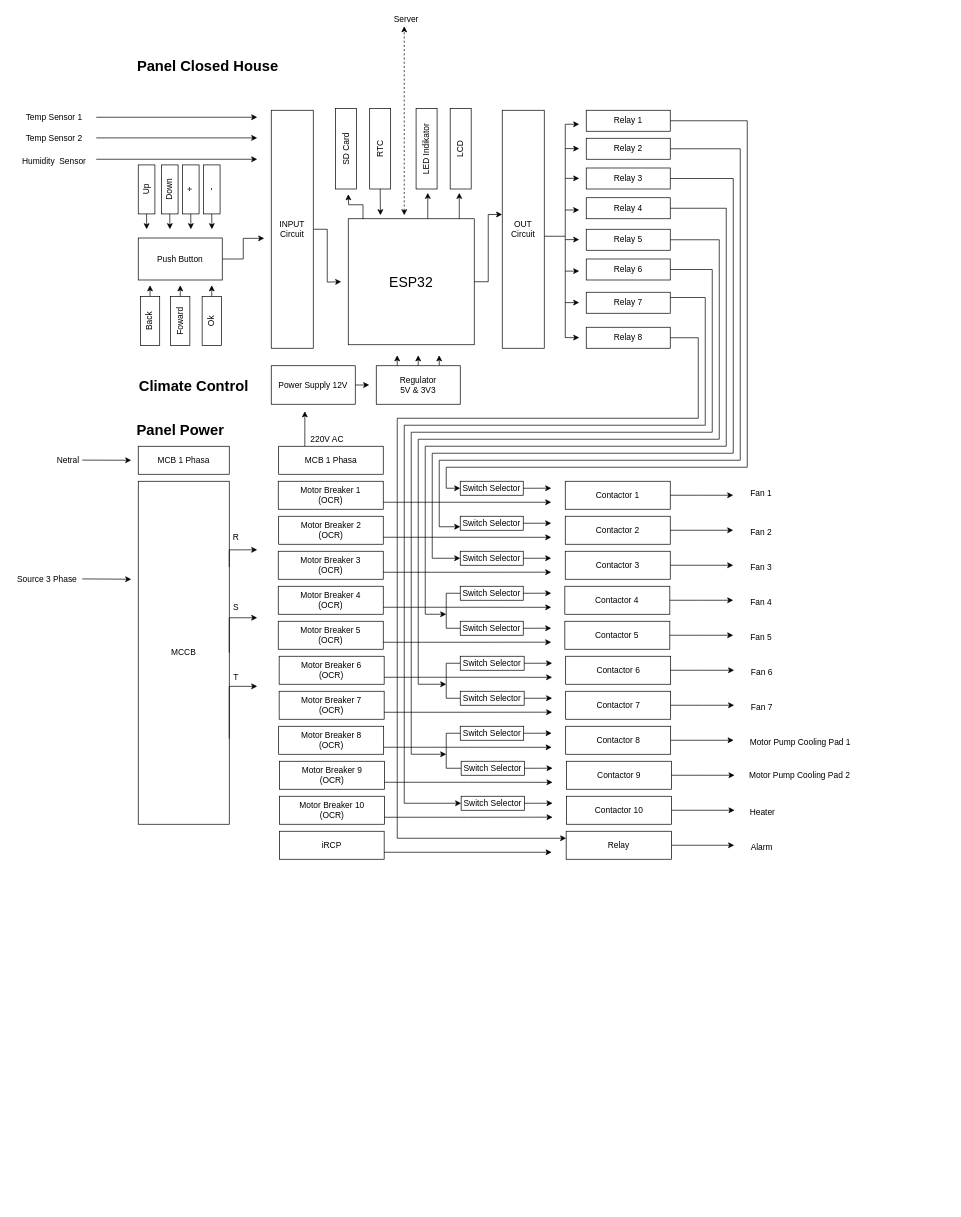
Earlier version of the draw.io diagram Block diagram R01.drawio (aufarachman39/Flowchart-PA). Source tidied: cells renumbered, new cells numbered last; positions are measured from the earlier drawing's top-left corner, leaving out a move shared by most shapes. Both pictures are drawn from the tidied source at 70%, with x=0, y=0 at pixel (12, 12).
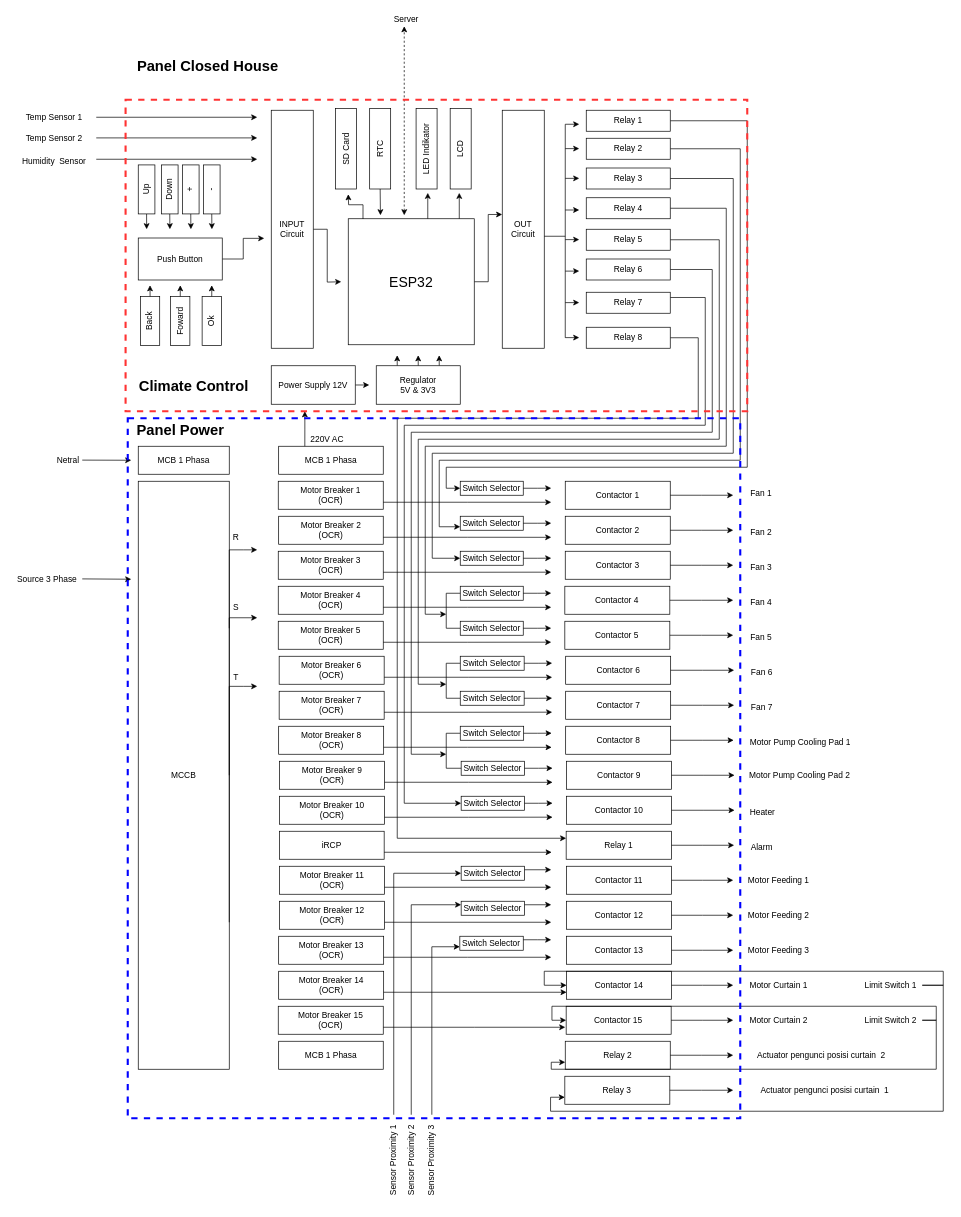
Above is the later version.

What changed in the source:
```diff
@@
     <mxCell id="63" value="MCCB" style="rounded=0;whiteSpace=wrap;html=1;strokeWidth=1;fillColor=none;" parent="1" vertex="1">
-      <mxGeometry x="180" y="670" width="130" height="490" as="geometry" />
+      <mxGeometry x="180" y="670" width="130" height="840" as="geometry" />
     </mxCell>
@@
-    <mxCell id="85" value="Relay" style="rounded=0;whiteSpace=wrap;html=1;strokeWidth=1;fillColor=none;" parent="1" vertex="1">
+    <mxCell id="85" value="Relay 1" style="rounded=0;whiteSpace=wrap;html=1;strokeWidth=1;fillColor=none;" parent="1" vertex="1">
       <mxGeometry x="791.3" y="1170" width="150.6" height="40" as="geometry" />
     </mxCell>
@@
+    <mxCell id="168" style="edgeStyle=orthogonalEdgeStyle;rounded=0;jettySize=auto;html=1;exitX=1;exitY=0.75;exitDx=0;exitDy=0;endArrow=classic;endFill=1;" parent="1" edge="1" source="169">
+      <mxGeometry relative="1" as="geometry">
+        <mxPoint x="770" y="1250" as="targetPoint" />
+      </mxGeometry>
+    </mxCell>
+    <mxCell id="169" value="&lt;div&gt;Motor Breaker 11&lt;br&gt;&lt;/div&gt;&lt;div&gt;(OCR)&lt;br&gt;&lt;/div&gt;" style="rounded=0;whiteSpace=wrap;html=1;strokeWidth=1;fillColor=none;" parent="1" vertex="1">
+      <mxGeometry x="381.9" y="1220" width="150" height="40" as="geometry" />
+    </mxCell>
+    <mxCell id="170" style="edgeStyle=orthogonalEdgeStyle;rounded=0;jettySize=auto;html=1;exitX=1;exitY=0.75;exitDx=0;exitDy=0;endArrow=classic;endFill=1;" parent="1" edge="1" source="171">
+      <mxGeometry relative="1" as="geometry">
+        <mxPoint x="770" y="1300" as="targetPoint" />
+      </mxGeometry>
+    </mxCell>
+    <mxCell id="171" value="&lt;div&gt;Motor Breaker 12&lt;br&gt;&lt;/div&gt;&lt;div&gt;(OCR)&lt;br&gt;&lt;/div&gt;" style="rounded=0;whiteSpace=wrap;html=1;strokeWidth=1;fillColor=none;" parent="1" vertex="1">
+      <mxGeometry x="381.9" y="1270" width="150" height="40" as="geometry" />
+    </mxCell>
+    <mxCell id="172" style="edgeStyle=orthogonalEdgeStyle;rounded=0;jettySize=auto;html=1;exitX=1;exitY=0.75;exitDx=0;exitDy=0;endArrow=classic;endFill=1;" parent="1" edge="1" source="173">
+      <mxGeometry relative="1" as="geometry">
+        <mxPoint x="770" y="1350" as="targetPoint" />
+      </mxGeometry>
+    </mxCell>
+    <mxCell id="173" value="&lt;div&gt;Motor Breaker 13&lt;br&gt;&lt;/div&gt;&lt;div&gt;(OCR)&lt;br&gt;&lt;/div&gt;" style="rounded=0;whiteSpace=wrap;html=1;strokeWidth=1;fillColor=none;" parent="1" vertex="1">
+      <mxGeometry x="380.6" y="1320" width="150" height="40" as="geometry" />
+    </mxCell>
+    <mxCell id="174" style="edgeStyle=orthogonalEdgeStyle;rounded=0;jettySize=auto;html=1;exitX=1;exitY=0.25;exitDx=0;exitDy=0;endArrow=classic;endFill=1;" parent="1" edge="1" source="175">
+      <mxGeometry relative="1" as="geometry">
+        <mxPoint x="770" y="1225" as="targetPoint" />
+      </mxGeometry>
+    </mxCell>
+    <mxCell id="175" value="Switch Selector" style="rounded=0;whiteSpace=wrap;html=1;fillColor=none;" parent="1" vertex="1">
+      <mxGeometry x="641.3" y="1220" width="90.6" height="20" as="geometry" />
+    </mxCell>
+    <mxCell id="176" style="edgeStyle=orthogonalEdgeStyle;rounded=0;jettySize=auto;html=1;exitX=1;exitY=0.25;exitDx=0;exitDy=0;endArrow=classic;endFill=1;" parent="1" edge="1" source="177">
+      <mxGeometry relative="1" as="geometry">
+        <mxPoint x="770" y="1274.8" as="targetPoint" />
+      </mxGeometry>
+    </mxCell>
+    <mxCell id="177" value="Switch Selector" style="rounded=0;whiteSpace=wrap;html=1;fillColor=none;" parent="1" vertex="1">
+      <mxGeometry x="641.3" y="1270" width="90.6" height="20" as="geometry" />
+    </mxCell>
+    <mxCell id="178" style="edgeStyle=orthogonalEdgeStyle;rounded=0;jettySize=auto;html=1;exitX=1;exitY=0.25;exitDx=0;exitDy=0;endArrow=classic;endFill=1;" parent="1" edge="1" source="179">
+      <mxGeometry relative="1" as="geometry">
+        <mxPoint x="770" y="1325.1" as="targetPoint" />
+      </mxGeometry>
+    </mxCell>
+    <mxCell id="179" value="Switch Selector" style="rounded=0;whiteSpace=wrap;html=1;fillColor=none;" parent="1" vertex="1">
+      <mxGeometry x="639.4" y="1320" width="90.6" height="20" as="geometry" />
+    </mxCell>
+    <mxCell id="180" style="edgeStyle=orthogonalEdgeStyle;rounded=0;jettySize=auto;html=1;exitX=1;exitY=0.5;exitDx=0;exitDy=0;endArrow=classic;endFill=1;" parent="1" edge="1" source="181">
+      <mxGeometry relative="1" as="geometry">
+        <mxPoint x="1030" y="1240" as="targetPoint" />
+      </mxGeometry>
+    </mxCell>
+    <mxCell id="181" value="&lt;div&gt;Contactor 11&lt;/div&gt;" style="rounded=0;whiteSpace=wrap;html=1;strokeWidth=1;fillColor=none;" parent="1" vertex="1">
+      <mxGeometry x="791.9" y="1220" width="150" height="40" as="geometry" />
+    </mxCell>
+    <mxCell id="182" style="edgeStyle=orthogonalEdgeStyle;rounded=0;jettySize=auto;html=1;exitX=1;exitY=0.5;exitDx=0;exitDy=0;endArrow=classic;endFill=1;" parent="1" edge="1" source="183">
+      <mxGeometry relative="1" as="geometry">
+        <mxPoint x="1030" y="1290" as="targetPoint" />
+      </mxGeometry>
+    </mxCell>
+    <mxCell id="183" value="&lt;div&gt;Contactor 12&lt;/div&gt;" style="rounded=0;whiteSpace=wrap;html=1;strokeWidth=1;fillColor=none;" parent="1" vertex="1">
+      <mxGeometry x="791.9" y="1270" width="150" height="40" as="geometry" />
+    </mxCell>
+    <mxCell id="184" style="edgeStyle=orthogonalEdgeStyle;rounded=0;jettySize=auto;html=1;exitX=1;exitY=0.5;exitDx=0;exitDy=0;endArrow=classic;endFill=1;" parent="1" edge="1" source="185">
+      <mxGeometry relative="1" as="geometry">
+        <mxPoint x="1030" y="1340" as="targetPoint" />
+      </mxGeometry>
+    </mxCell>
+    <mxCell id="185" value="&lt;div&gt;Contactor 13&lt;/div&gt;" style="rounded=0;whiteSpace=wrap;html=1;strokeWidth=1;fillColor=none;" parent="1" vertex="1">
+      <mxGeometry x="791.9" y="1320" width="150" height="40" as="geometry" />
+    </mxCell>
+    <mxCell id="186" value="Motor Feeding 1" style="text;html=1;strokeColor=none;fillColor=none;align=center;verticalAlign=middle;whiteSpace=wrap;rounded=0;" parent="1" vertex="1">
+      <mxGeometry x="1050" y="1230" width="90" height="20" as="geometry" />
+    </mxCell>
+    <mxCell id="187" value="Motor Feeding 2" style="text;html=1;strokeColor=none;fillColor=none;align=center;verticalAlign=middle;whiteSpace=wrap;rounded=0;" parent="1" vertex="1">
+      <mxGeometry x="1050" y="1280" width="90" height="20" as="geometry" />
+    </mxCell>
+    <mxCell id="188" value="Motor Feeding 3" style="text;html=1;strokeColor=none;fillColor=none;align=center;verticalAlign=middle;whiteSpace=wrap;rounded=0;" parent="1" vertex="1">
+      <mxGeometry x="1050" y="1330" width="90" height="20" as="geometry" />
+    </mxCell>
+    <mxCell id="189" style="edgeStyle=orthogonalEdgeStyle;rounded=0;jettySize=auto;html=1;exitX=1;exitY=0.75;exitDx=0;exitDy=0;entryX=0;entryY=0.75;entryDx=0;entryDy=0;endArrow=classic;endFill=1;" parent="1" edge="1" source="190" target="192">
+      <mxGeometry relative="1" as="geometry" />
+    </mxCell>
+    <mxCell id="190" value="&lt;div&gt;Motor Breaker 14&lt;br&gt;&lt;/div&gt;&lt;div&gt;(OCR)&lt;br&gt;&lt;/div&gt;" style="rounded=0;whiteSpace=wrap;html=1;strokeWidth=1;fillColor=none;" parent="1" vertex="1">
+      <mxGeometry x="380.6" y="1370" width="150" height="40" as="geometry" />
+    </mxCell>
+    <mxCell id="191" style="edgeStyle=orthogonalEdgeStyle;rounded=0;jettySize=auto;html=1;exitX=1;exitY=0.5;exitDx=0;exitDy=0;endArrow=classic;endFill=1;" parent="1" edge="1" source="192">
+      <mxGeometry relative="1" as="geometry">
+        <mxPoint x="1030" y="1390" as="targetPoint" />
+      </mxGeometry>
+    </mxCell>
+    <mxCell id="192" value="&lt;div&gt;Contactor 14&lt;/div&gt;" style="rounded=0;whiteSpace=wrap;html=1;strokeWidth=1;fillColor=none;" parent="1" vertex="1">
+      <mxGeometry x="791.9" y="1370" width="150" height="40" as="geometry" />
+    </mxCell>
+    <mxCell id="193" style="edgeStyle=orthogonalEdgeStyle;rounded=0;jettySize=auto;html=1;exitX=1;exitY=0.75;exitDx=0;exitDy=0;endArrow=classic;endFill=1;" parent="1" edge="1" source="194">
+      <mxGeometry relative="1" as="geometry">
+        <mxPoint x="790" y="1450" as="targetPoint" />
+      </mxGeometry>
+    </mxCell>
+    <mxCell id="194" value="&lt;div&gt;Motor Breaker 15&lt;br&gt;&lt;/div&gt;&lt;div&gt;(OCR)&lt;br&gt;&lt;/div&gt;" style="rounded=0;whiteSpace=wrap;html=1;strokeWidth=1;fillColor=none;" parent="1" vertex="1">
+      <mxGeometry x="380" y="1420" width="150" height="40" as="geometry" />
+    </mxCell>
+    <mxCell id="195" style="edgeStyle=orthogonalEdgeStyle;rounded=0;jettySize=auto;html=1;exitX=1;exitY=0.5;exitDx=0;exitDy=0;endArrow=classic;endFill=1;" parent="1" edge="1" source="196">
+      <mxGeometry relative="1" as="geometry">
+        <mxPoint x="1030" y="1440" as="targetPoint" />
+      </mxGeometry>
+    </mxCell>
+    <mxCell id="196" value="&lt;div&gt;Contactor 15&lt;/div&gt;" style="rounded=0;whiteSpace=wrap;html=1;strokeWidth=1;fillColor=none;" parent="1" vertex="1">
+      <mxGeometry x="791.3" y="1420" width="150" height="40" as="geometry" />
+    </mxCell>
+    <mxCell id="197" value="MCB 1 Phasa" style="rounded=0;whiteSpace=wrap;html=1;strokeWidth=1;fillColor=none;" parent="1" vertex="1">
+      <mxGeometry x="380.6" y="1470" width="149.4" height="40" as="geometry" />
+    </mxCell>
+    <mxCell id="198" value="Motor Curtain 1" style="text;html=1;strokeColor=none;fillColor=none;align=center;verticalAlign=middle;whiteSpace=wrap;rounded=0;" parent="1" vertex="1">
+      <mxGeometry x="1050" y="1380" width="90" height="20" as="geometry" />
+    </mxCell>
+    <mxCell id="199" value="Motor Curtain 2" style="text;html=1;strokeColor=none;fillColor=none;align=center;verticalAlign=middle;whiteSpace=wrap;rounded=0;" parent="1" vertex="1">
+      <mxGeometry x="1050" y="1430" width="90" height="20" as="geometry" />
+    </mxCell>
+    <mxCell id="200" style="edgeStyle=orthogonalEdgeStyle;rounded=0;jettySize=auto;html=1;exitX=1;exitY=0.5;exitDx=0;exitDy=0;entryX=0;entryY=0.5;entryDx=0;entryDy=0;endArrow=classic;endFill=1;" parent="1" edge="1" source="202" target="192">
+      <mxGeometry relative="1" as="geometry">
+        <Array as="points">
+          <mxPoint x="1330" y="1390" />
+          <mxPoint x="1330" y="1370" />
+          <mxPoint x="760" y="1370" />
+          <mxPoint x="760" y="1390" />
+        </Array>
+      </mxGeometry>
+    </mxCell>
+    <mxCell id="201" style="edgeStyle=orthogonalEdgeStyle;rounded=0;jettySize=auto;html=1;exitX=1;exitY=0.5;exitDx=0;exitDy=0;entryX=0;entryY=0.75;entryDx=0;entryDy=0;endArrow=classic;endFill=1;" parent="1" edge="1" source="202" target="217">
+      <mxGeometry relative="1" as="geometry">
+        <Array as="points">
+          <mxPoint x="1330" y="1390" />
+          <mxPoint x="1330" y="1570" />
+          <mxPoint x="769" y="1570" />
+          <mxPoint x="769" y="1550" />
+        </Array>
+      </mxGeometry>
+    </mxCell>
+    <mxCell id="202" value="Limit Switch 1" style="text;html=1;strokeColor=none;fillColor=none;align=center;verticalAlign=middle;whiteSpace=wrap;rounded=0;" parent="1" vertex="1">
+      <mxGeometry x="1210" y="1380" width="90" height="20" as="geometry" />
+    </mxCell>
+    <mxCell id="203" style="edgeStyle=orthogonalEdgeStyle;rounded=0;jettySize=auto;html=1;exitX=1;exitY=0.5;exitDx=0;exitDy=0;entryX=0;entryY=0.5;entryDx=0;entryDy=0;endArrow=classic;endFill=1;" parent="1" edge="1" source="205" target="196">
+      <mxGeometry relative="1" as="geometry">
+        <Array as="points">
+          <mxPoint x="1320" y="1440" />
+          <mxPoint x="1320" y="1420" />
+          <mxPoint x="771" y="1420" />
+          <mxPoint x="771" y="1440" />
+        </Array>
+      </mxGeometry>
+    </mxCell>
+    <mxCell id="204" style="edgeStyle=orthogonalEdgeStyle;rounded=0;jettySize=auto;html=1;exitX=1;exitY=0.5;exitDx=0;exitDy=0;entryX=0;entryY=0.75;entryDx=0;entryDy=0;endArrow=classic;endFill=1;" parent="1" edge="1" source="205" target="215">
+      <mxGeometry relative="1" as="geometry">
+        <Array as="points">
+          <mxPoint x="1320" y="1440" />
+          <mxPoint x="1320" y="1510" />
+          <mxPoint x="770" y="1510" />
+          <mxPoint x="770" y="1500" />
+        </Array>
+      </mxGeometry>
+    </mxCell>
+    <mxCell id="205" value="Limit Switch 2" style="text;html=1;strokeColor=none;fillColor=none;align=center;verticalAlign=middle;whiteSpace=wrap;rounded=0;" parent="1" vertex="1">
+      <mxGeometry x="1210" y="1430" width="90" height="20" as="geometry" />
+    </mxCell>
+    <mxCell id="206" value="Actuator pengunci posisi curtain&amp;nbsp; 2" style="text;html=1;strokeColor=none;fillColor=none;align=center;verticalAlign=middle;whiteSpace=wrap;rounded=0;" parent="1" vertex="1">
+      <mxGeometry x="1051.9" y="1480" width="208.1" height="20" as="geometry" />
+    </mxCell>
+    <mxCell id="207" value="Actuator pengunci posisi curtain&amp;nbsp; 1" style="text;html=1;strokeColor=none;fillColor=none;align=center;verticalAlign=middle;whiteSpace=wrap;rounded=0;" parent="1" vertex="1">
+      <mxGeometry x="1061.9" y="1530" width="198.1" height="20" as="geometry" />
+    </mxCell>
+    <mxCell id="208" style="edgeStyle=orthogonalEdgeStyle;rounded=0;jettySize=auto;html=1;exitX=1;exitY=0.5;exitDx=0;exitDy=0;entryX=0;entryY=0.5;entryDx=0;entryDy=0;endArrow=classic;endFill=1;" parent="1" edge="1" source="209" target="175">
+      <mxGeometry relative="1" as="geometry" />
+    </mxCell>
+    <mxCell id="209" value="Sensor Proximity 1" style="text;html=1;strokeColor=none;fillColor=none;align=center;verticalAlign=middle;whiteSpace=wrap;rounded=0;rotation=-90;" parent="1" vertex="1">
+      <mxGeometry x="480" y="1630" width="130" height="20" as="geometry" />
+    </mxCell>
+    <mxCell id="210" style="edgeStyle=orthogonalEdgeStyle;rounded=0;jettySize=auto;html=1;exitX=1;exitY=0.5;exitDx=0;exitDy=0;entryX=0;entryY=0.25;entryDx=0;entryDy=0;endArrow=classic;endFill=1;" parent="1" edge="1" source="211" target="177">
+      <mxGeometry relative="1" as="geometry" />
+    </mxCell>
+    <mxCell id="211" value="Sensor Proximity 2" style="text;html=1;strokeColor=none;fillColor=none;align=center;verticalAlign=middle;whiteSpace=wrap;rounded=0;rotation=-90;" parent="1" vertex="1">
+      <mxGeometry x="505" y="1630" width="130" height="20" as="geometry" />
+    </mxCell>
+    <mxCell id="212" style="edgeStyle=orthogonalEdgeStyle;rounded=0;jettySize=auto;html=1;exitX=1;exitY=0.5;exitDx=0;exitDy=0;entryX=0;entryY=0.75;entryDx=0;entryDy=0;endArrow=classic;endFill=1;" parent="1" edge="1" source="213" target="179">
+      <mxGeometry relative="1" as="geometry" />
+    </mxCell>
+    <mxCell id="213" value="Sensor Proximity 3" style="text;html=1;strokeColor=none;fillColor=none;align=center;verticalAlign=middle;whiteSpace=wrap;rounded=0;rotation=-90;" parent="1" vertex="1">
+      <mxGeometry x="534.4" y="1630" width="130" height="20" as="geometry" />
+    </mxCell>
+    <mxCell id="214" style="edgeStyle=orthogonalEdgeStyle;rounded=0;jettySize=auto;html=1;exitX=1;exitY=0.5;exitDx=0;exitDy=0;endArrow=classic;endFill=1;" parent="1" edge="1" source="215">
+      <mxGeometry relative="1" as="geometry">
+        <mxPoint x="1030" y="1490" as="targetPoint" />
+      </mxGeometry>
+    </mxCell>
+    <mxCell id="215" value="Relay 2" style="rounded=0;whiteSpace=wrap;html=1;strokeWidth=1;fillColor=none;" parent="1" vertex="1">
+      <mxGeometry x="790" y="1470" width="150" height="40" as="geometry" />
+    </mxCell>
+    <mxCell id="216" style="edgeStyle=orthogonalEdgeStyle;rounded=0;jettySize=auto;html=1;exitX=1;exitY=0.5;exitDx=0;exitDy=0;endArrow=classic;endFill=1;" parent="1" edge="1" source="217">
+      <mxGeometry relative="1" as="geometry">
+        <mxPoint x="1030" y="1540" as="targetPoint" />
+      </mxGeometry>
+    </mxCell>
+    <mxCell id="217" value="Relay 3" style="rounded=0;whiteSpace=wrap;html=1;strokeWidth=1;fillColor=none;" parent="1" vertex="1">
+      <mxGeometry x="789.4" y="1520" width="150" height="40" as="geometry" />
+    </mxCell>
+    <mxCell id="218" style="rounded=0;whiteSpace=wrap;html=1;strokeWidth=3;fillColor=none;strokeColor=#0000FF;dashed=1;" parent="1" vertex="1">
+      <mxGeometry x="165" y="580" width="875" height="1000" as="geometry" />
+    </mxCell>
+    <mxCell id="219" style="rounded=0;whiteSpace=wrap;html=1;dashed=1;strokeWidth=3;fillColor=none;strokeColor=#FF3333;" parent="1" vertex="1">
+      <mxGeometry x="161.9" y="125" width="888.1" height="445" as="geometry" />
+    </mxCell>
```
